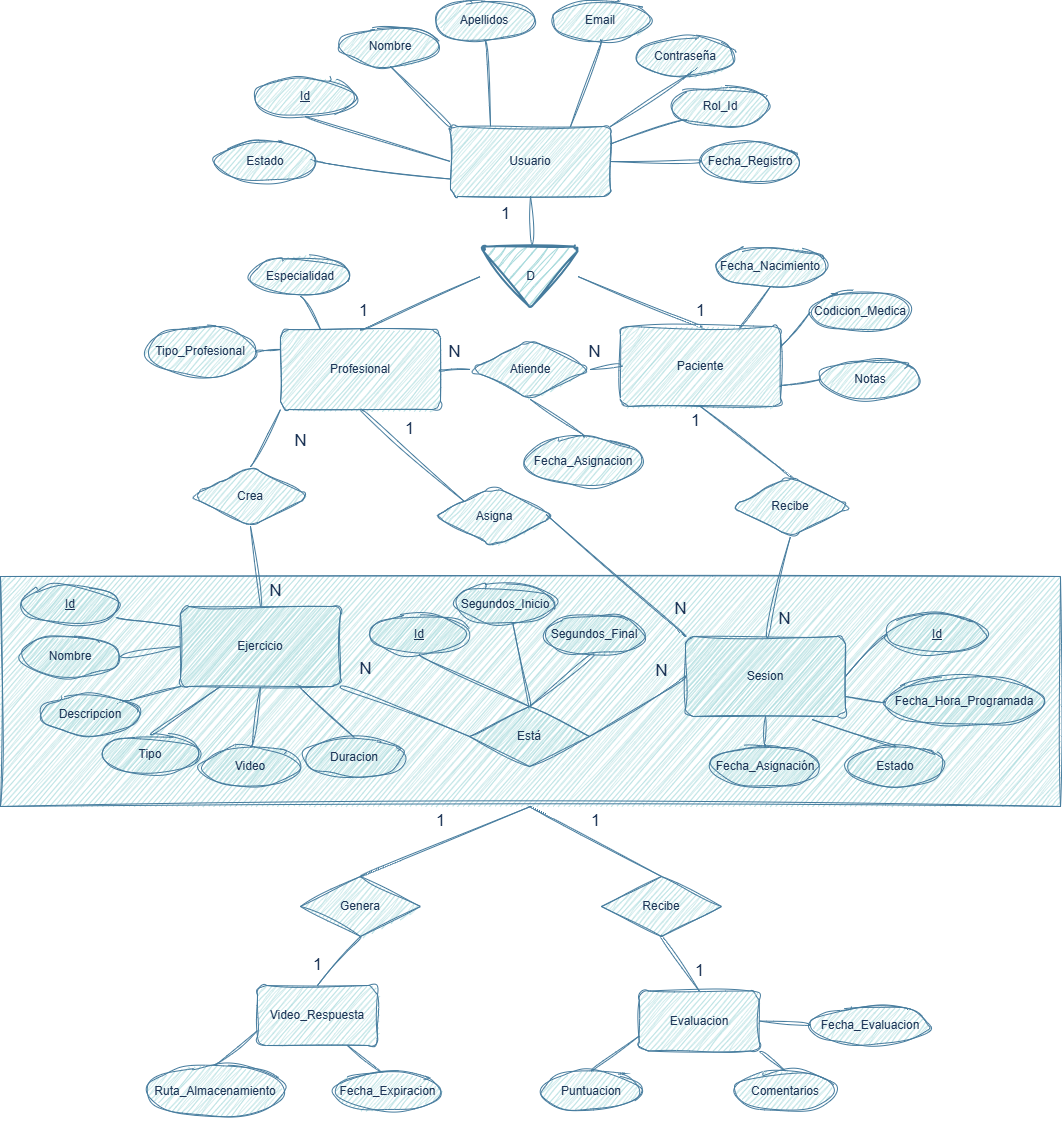
Before: doc/Diagrama Entida-relación.png, a diagram exported from draw.io (lanchares/TerapiTrack). Source tidied: cells renumbered, new cells last; positions are measured from the earlier drawing's top-left corner, leaving out a move shared by most shapes.
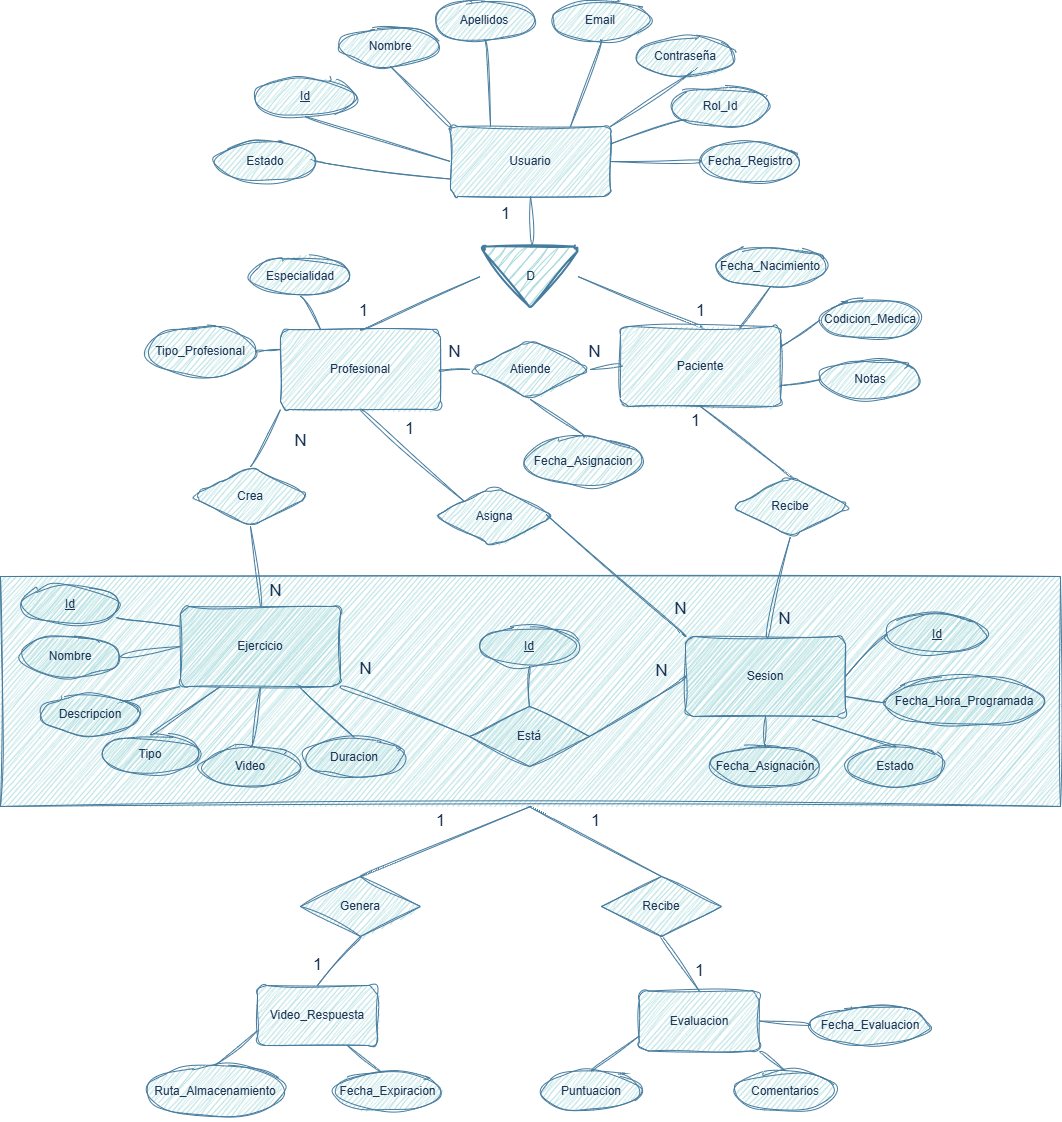
Later version of the same file.

Commit message:
Actualización del diagrama entidad-relación

Change to the diagram source:
```diff
@@ -99,7 +99,7 @@
       <mxGeometry x="820" y="359" width="100" height="40" as="geometry" />
     </mxCell>
     <mxCell id="34" value="Codicion_Medica" style="ellipse;whiteSpace=wrap;html=1;align=center;labelBackgroundColor=none;fillColor=#A8DADC;strokeColor=#457B9D;fontColor=#1D3557;rounded=1;sketch=1;curveFitting=1;jiggle=2;" parent="1" vertex="1">
-      <mxGeometry x="810" y="291" width="100" height="40" as="geometry" />
+      <mxGeometry x="820" y="299" width="100" height="40" as="geometry" />
     </mxCell>
     <mxCell id="35" value="Fecha_Nacimiento" style="ellipse;whiteSpace=wrap;html=1;align=center;labelBackgroundColor=none;fillColor=#A8DADC;strokeColor=#457B9D;fontColor=#1D3557;rounded=1;sketch=1;curveFitting=1;jiggle=2;" parent="1" vertex="1">
       <mxGeometry x="715" y="246" width="110" height="40" as="geometry" />
@@ -116,15 +116,9 @@
     <mxCell id="39" value="Estado" style="ellipse;whiteSpace=wrap;html=1;align=center;labelBackgroundColor=none;fillColor=#A8DADC;strokeColor=#457B9D;fontColor=#1D3557;rounded=1;sketch=1;curveFitting=1;jiggle=2;" parent="1" vertex="1">
       <mxGeometry x="845" y="746" width="100" height="40" as="geometry" />
     </mxCell>
-    <mxCell id="40" value="Segundos_Inicio" style="ellipse;whiteSpace=wrap;html=1;align=center;labelBackgroundColor=none;fillColor=#A8DADC;strokeColor=#457B9D;fontColor=#1D3557;rounded=1;sketch=1;curveFitting=1;jiggle=2;" parent="1" vertex="1">
-      <mxGeometry x="455" y="584" width="100" height="40" as="geometry" />
-    </mxCell>
     <mxCell id="41" value="Puntuacion" style="ellipse;whiteSpace=wrap;html=1;align=center;labelBackgroundColor=none;fillColor=#A8DADC;strokeColor=#457B9D;fontColor=#1D3557;rounded=1;sketch=1;curveFitting=1;jiggle=2;" parent="1" vertex="1">
       <mxGeometry x="541" y="1070.5" width="100" height="40" as="geometry" />
     </mxCell>
-    <mxCell id="42" value="Segundos_Final" style="ellipse;whiteSpace=wrap;html=1;align=center;labelBackgroundColor=none;fillColor=#A8DADC;strokeColor=#457B9D;fontColor=#1D3557;rounded=1;sketch=1;curveFitting=1;jiggle=2;" parent="1" vertex="1">
-      <mxGeometry x="544" y="614" width="100" height="40" as="geometry" />
-    </mxCell>
     <mxCell id="43" value="Apellidos" style="ellipse;whiteSpace=wrap;html=1;align=center;labelBackgroundColor=none;fillColor=#A8DADC;strokeColor=#457B9D;fontColor=#1D3557;rounded=1;sketch=1;curveFitting=1;jiggle=2;" parent="1" vertex="1">
       <mxGeometry x="434" width="100" height="40" as="geometry" />
     </mxCell>
@@ -252,14 +246,8 @@
       <mxGeometry relative="1" as="geometry" />
     </mxCell>
     <mxCell id="85" value="Id" style="ellipse;whiteSpace=wrap;html=1;align=center;fontStyle=4;labelBackgroundColor=none;fillColor=#A8DADC;strokeColor=#457B9D;fontColor=#1D3557;rounded=1;sketch=1;curveFitting=1;jiggle=2;" parent="1" vertex="1">
-      <mxGeometry x="369" y="614" width="100" height="40" as="geometry" />
+      <mxGeometry x="479" y="626" width="100" height="40" as="geometry" />
     </mxCell>
-    <mxCell id="86" style="endArrow=none;html=1;rounded=1;fontSize=12;startSize=8;endSize=8;curved=1;exitX=0.5;exitY=1;exitDx=0;exitDy=0;entryX=0.5;entryY=0;entryDx=0;entryDy=0;labelBackgroundColor=none;strokeColor=#457B9D;fontColor=default;sketch=1;curveFitting=1;jiggle=2;" parent="1" edge="1" source="42" target="96">
-      <mxGeometry relative="1" as="geometry" />
-    </mxCell>
-    <mxCell id="87" style="endArrow=none;html=1;rounded=1;fontSize=12;startSize=8;endSize=8;curved=1;entryX=0.572;entryY=0.95;entryDx=0;entryDy=0;entryPerimeter=0;labelBackgroundColor=none;strokeColor=#457B9D;fontColor=default;exitX=0.5;exitY=0;exitDx=0;exitDy=0;sketch=1;curveFitting=1;jiggle=2;" parent="1" edge="1" source="96" target="40">
-      <mxGeometry relative="1" as="geometry" />
-    </mxCell>
     <mxCell id="88" style="endArrow=none;html=1;rounded=1;fontSize=12;startSize=8;endSize=8;curved=1;exitX=0.5;exitY=1;exitDx=0;exitDy=0;entryX=0.5;entryY=0;entryDx=0;entryDy=0;labelBackgroundColor=none;strokeColor=#457B9D;fontColor=default;sketch=1;curveFitting=1;jiggle=2;" parent="1" edge="1" source="85" target="96">
       <mxGeometry relative="1" as="geometry" />
     </mxCell>
```
